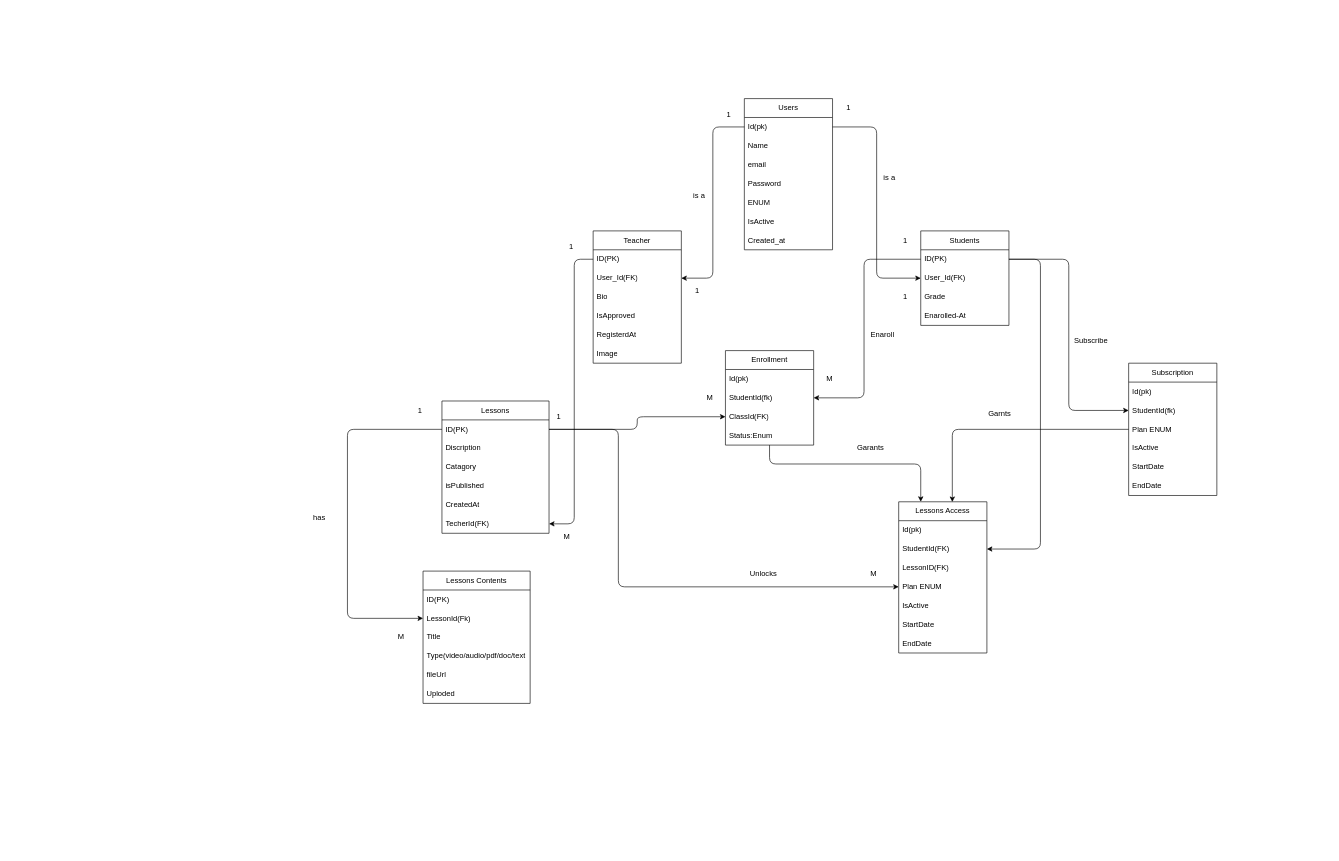
Before: lms.dio in Nalin-Sandaruwan/LMS, a draw.io diagram. Source tidied: cells renumbered, new cells numbered last; positions are measured from the earlier drawing's top-left corner, leaving out a move shared by most shapes. Both pictures are drawn from the tidied source at 63%, with x=0, y=0 at pixel (227, 11).
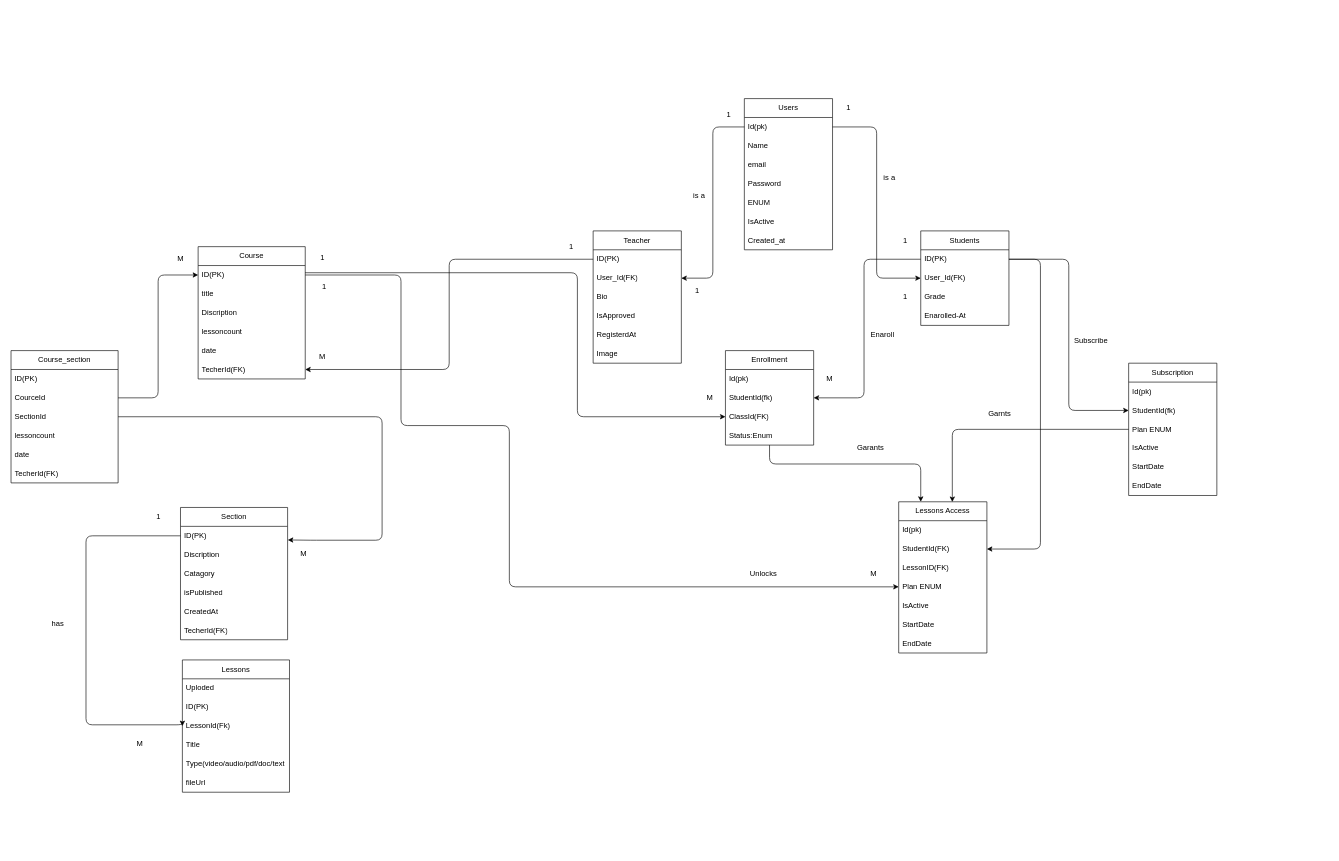
Above is the later version.

Unchanged cells that the change refers to:
```xml
<mxCell id="2" style="group;" parent="1" vertex="1">
  <mxGeometry width="1748" height="1333" as="geometry" />
</mxCell>
<mxCell id="12" value="ID(PK)" style="text;strokeColor=none;fillColor=none;align=left;verticalAlign=middle;spacingLeft=4;spacingRight=4;overflow=hidden;points=[[0,0.5],[1,0.5]];portConstraint=eastwest;whiteSpace=wrap;html=1;" parent="11" vertex="1">
  <mxGeometry y="30" width="140" height="30" as="geometry" />
</mxCell>
<mxCell id="24" value="ID(PK)" style="text;strokeColor=none;fillColor=none;align=left;verticalAlign=middle;spacingLeft=4;spacingRight=4;overflow=hidden;points=[[0,0.5],[1,0.5]];portConstraint=eastwest;whiteSpace=wrap;html=1;" parent="23" vertex="1">
  <mxGeometry y="30" width="170" height="30" as="geometry" />
</mxCell>
<mxCell id="29" value="TecherId(FK)" style="text;strokeColor=none;fillColor=none;align=left;verticalAlign=middle;spacingLeft=4;spacingRight=4;overflow=hidden;points=[[0,0.5],[1,0.5]];portConstraint=eastwest;whiteSpace=wrap;html=1;" parent="23" vertex="1">
  <mxGeometry y="180" width="170" height="30" as="geometry" />
</mxCell>
<mxCell id="53" value="ClassId(FK)" style="text;strokeColor=none;fillColor=none;align=left;verticalAlign=middle;spacingLeft=4;spacingRight=4;overflow=hidden;points=[[0,0.5],[1,0.5]];portConstraint=eastwest;whiteSpace=wrap;html=1;" parent="50" vertex="1">
  <mxGeometry y="90" width="140" height="30" as="geometry" />
</mxCell>
<mxCell id="73" value="Plan ENUM" style="text;strokeColor=none;fillColor=none;align=left;verticalAlign=middle;spacingLeft=4;spacingRight=4;overflow=hidden;points=[[0,0.5],[1,0.5]];portConstraint=eastwest;whiteSpace=wrap;html=1;" parent="69" vertex="1">
  <mxGeometry y="120" width="140" height="30" as="geometry" />
</mxCell>
```

The edit, as a diff of the source:
```diff
@@
-    <mxCell id="23" value="Lessons" style="swimlane;fontStyle=0;horizontal=1;startSize=30;whiteSpace=wrap;html=1;" parent="2" vertex="1">
-      <mxGeometry x="341" y="619" width="170" height="210" as="geometry" />
+    <mxCell id="23" value="Section" style="swimlane;fontStyle=0;horizontal=1;startSize=30;whiteSpace=wrap;html=1;" parent="2" vertex="1">
+      <mxGeometry x="-74" y="788" width="170" height="210" as="geometry" />
     </mxCell>
@@
-    <mxCell id="30" value="Lessons Contents" style="swimlane;fontStyle=0;horizontal=1;startSize=30;whiteSpace=wrap;html=1;" parent="2" vertex="1">
-      <mxGeometry x="311" y="889" width="170" height="210" as="geometry" />
+    <mxCell id="30" value="Lessons" style="swimlane;fontStyle=0;horizontal=1;startSize=30;whiteSpace=wrap;html=1;" parent="2" vertex="1">
+      <mxGeometry x="-71" y="1030" width="170" height="210" as="geometry" />
     </mxCell>
+    <mxCell id="36" value="Uploded" style="text;strokeColor=none;fillColor=none;align=left;verticalAlign=middle;spacingLeft=4;spacingRight=4;overflow=hidden;whiteSpace=wrap;html=1;" parent="30" vertex="1">
+      <mxGeometry y="30" width="170" height="30" as="geometry" />
+    </mxCell>
     <mxCell id="31" value="ID(PK)" style="text;strokeColor=none;fillColor=none;align=left;verticalAlign=middle;spacingLeft=4;spacingRight=4;overflow=hidden;whiteSpace=wrap;html=1;" parent="30" vertex="1">
-      <mxGeometry y="30" width="170" height="30" as="geometry" />
+      <mxGeometry y="60" width="170" height="30" as="geometry" />
     </mxCell>
     <mxCell id="32" value="LessonId(Fk)" style="text;strokeColor=none;fillColor=none;align=left;verticalAlign=middle;spacingLeft=4;spacingRight=4;overflow=hidden;points=[[0,0.5],[1,0.5]];portConstraint=eastwest;whiteSpace=wrap;html=1;" parent="30" vertex="1">
-      <mxGeometry y="60" width="170" height="30" as="geometry" />
+      <mxGeometry y="90" width="170" height="30" as="geometry" />
     </mxCell>
     <mxCell id="33" value="Title" style="text;strokeColor=none;fillColor=none;align=left;verticalAlign=middle;spacingLeft=4;spacingRight=4;overflow=hidden;whiteSpace=wrap;html=1;" parent="30" vertex="1">
-      <mxGeometry y="90" width="170" height="30" as="geometry" />
+      <mxGeometry y="120" width="170" height="30" as="geometry" />
     </mxCell>
     <mxCell id="34" value="Type(video/audio/pdf/doc/text" style="text;strokeColor=none;fillColor=none;align=left;verticalAlign=middle;spacingLeft=4;spacingRight=4;overflow=hidden;whiteSpace=wrap;html=1;" parent="30" vertex="1">
-      <mxGeometry y="120" width="170" height="30" as="geometry" />
+      <mxGeometry y="150" width="170" height="30" as="geometry" />
     </mxCell>
     <mxCell id="35" value="fileUrl" style="text;strokeColor=none;fillColor=none;align=left;verticalAlign=middle;spacingLeft=4;spacingRight=4;overflow=hidden;whiteSpace=wrap;html=1;" parent="30" vertex="1">
-      <mxGeometry y="150" width="170" height="30" as="geometry" />
+      <mxGeometry y="180" width="170" height="30" as="geometry" />
     </mxCell>
-    <mxCell id="36" value="Uploded" style="text;strokeColor=none;fillColor=none;align=left;verticalAlign=middle;spacingLeft=4;spacingRight=4;overflow=hidden;whiteSpace=wrap;html=1;" parent="30" vertex="1">
-      <mxGeometry y="180" width="170" height="30" as="geometry" />
-    </mxCell>
@@
-    <mxCell id="43" style="edgeStyle=orthogonalEdgeStyle;html=1;entryX=1;entryY=0.5;entryDx=0;entryDy=0;" parent="2" edge="1" source="12" target="29">
-      <mxGeometry relative="1" as="geometry">
-        <Array as="points">
-          <mxPoint x="551" y="394" />
-          <mxPoint x="551" y="814" />
-        </Array>
-      </mxGeometry>
-    </mxCell>
@@
-    <mxCell id="45" value="M" style="text;html=1;align=center;verticalAlign=middle;strokeColor=none;fillColor=none;" parent="2" vertex="1">
-      <mxGeometry x="524" y="819" width="30" height="30" as="geometry" />
-    </mxCell>
     <mxCell id="46" style="edgeStyle=orthogonalEdgeStyle;html=1;entryX=0;entryY=0.5;entryDx=0;entryDy=0;" parent="2" edge="1" source="24" target="32">
       <mxGeometry relative="1" as="geometry">
         <Array as="points">
-          <mxPoint x="191" y="664" />
-          <mxPoint x="191" y="964" />
+          <mxPoint x="-224" y="833" />
+          <mxPoint x="-224" y="1133" />
         </Array>
       </mxGeometry>
     </mxCell>
     <mxCell id="47" value="1" style="text;html=1;align=center;verticalAlign=middle;strokeColor=none;fillColor=none;" parent="2" vertex="1">
-      <mxGeometry x="291" y="619" width="30" height="30" as="geometry" />
+      <mxGeometry x="-124" y="788" width="30" height="30" as="geometry" />
     </mxCell>
     <mxCell id="48" value="M" style="text;html=1;align=center;verticalAlign=middle;strokeColor=none;fillColor=none;" parent="2" vertex="1">
-      <mxGeometry x="261" y="979" width="30" height="30" as="geometry" />
+      <mxGeometry x="-154" y="1148" width="30" height="30" as="geometry" />
     </mxCell>
@@
-    <mxCell id="55" style="edgeStyle=orthogonalEdgeStyle;html=1;entryX=0;entryY=0.5;entryDx=0;entryDy=0;" parent="2" edge="1" source="24" target="53">
-      <mxGeometry relative="1" as="geometry" />
+    <mxCell id="55" style="edgeStyle=orthogonalEdgeStyle;html=1;entryX=0;entryY=0.5;entryDx=0;entryDy=0;exitX=0.999;exitY=0.381;exitDx=0;exitDy=0;exitPerimeter=0;" parent="2" edge="1" source="90" target="53">
+      <mxGeometry relative="1" as="geometry">
+        <Array as="points">
+          <mxPoint x="556" y="415" />
+          <mxPoint x="556" y="644" />
+        </Array>
+      </mxGeometry>
     </mxCell>
     <mxCell id="56" value="1" style="text;html=1;align=center;verticalAlign=middle;strokeColor=none;fillColor=none;" parent="2" vertex="1">
-      <mxGeometry x="511" y="629" width="30" height="30" as="geometry" />
+      <mxGeometry x="136" y="377" width="30" height="30" as="geometry" />
     </mxCell>
@@
-    <mxCell id="77" style="edgeStyle=orthogonalEdgeStyle;html=1;entryX=0;entryY=0.5;entryDx=0;entryDy=0;" parent="2" edge="1" source="24" target="73">
+    <mxCell id="77" style="edgeStyle=orthogonalEdgeStyle;html=1;entryX=0;entryY=0.5;entryDx=0;entryDy=0;exitX=1;exitY=0.5;exitDx=0;exitDy=0;" parent="2" edge="1" source="90" target="73">
       <mxGeometry relative="1" as="geometry">
         <Array as="points">
-          <mxPoint x="621" y="664" />
-          <mxPoint x="621" y="914" />
+          <mxPoint x="276" y="419" />
+          <mxPoint x="276" y="658" />
+          <mxPoint x="448" y="658" />
+          <mxPoint x="448" y="914" />
         </Array>
       </mxGeometry>
     </mxCell>
@@
     <mxCell id="88" value="has" style="text;html=1;align=center;verticalAlign=middle;strokeColor=none;fillColor=none;" parent="2" vertex="1">
-      <mxGeometry x="126" y="789" width="40" height="30" as="geometry" />
+      <mxGeometry x="-289" y="958" width="40" height="30" as="geometry" />
     </mxCell>
+    <mxCell id="89" value="Course" style="swimlane;fontStyle=0;horizontal=1;startSize=30;whiteSpace=wrap;html=1;" parent="2" vertex="1">
+      <mxGeometry x="-46" y="374" width="170" height="210" as="geometry" />
+    </mxCell>
+    <mxCell id="90" value="ID(PK)" style="text;strokeColor=none;fillColor=none;align=left;verticalAlign=middle;spacingLeft=4;spacingRight=4;overflow=hidden;points=[[0,0.5],[1,0.5]];portConstraint=eastwest;whiteSpace=wrap;html=1;" parent="89" vertex="1">
+      <mxGeometry y="30" width="170" height="30" as="geometry" />
+    </mxCell>
+    <mxCell id="91" value="title" style="text;strokeColor=none;fillColor=none;align=left;verticalAlign=middle;spacingLeft=4;spacingRight=4;overflow=hidden;whiteSpace=wrap;html=1;" parent="89" vertex="1">
+      <mxGeometry y="60" width="170" height="30" as="geometry" />
+    </mxCell>
+    <mxCell id="92" value="Discription" style="text;strokeColor=none;fillColor=none;align=left;verticalAlign=middle;spacingLeft=4;spacingRight=4;overflow=hidden;whiteSpace=wrap;html=1;" parent="89" vertex="1">
+      <mxGeometry y="90" width="170" height="30" as="geometry" />
+    </mxCell>
+    <mxCell id="93" value="lessoncount" style="text;strokeColor=none;fillColor=none;align=left;verticalAlign=middle;spacingLeft=4;spacingRight=4;overflow=hidden;whiteSpace=wrap;html=1;" parent="89" vertex="1">
+      <mxGeometry y="120" width="170" height="30" as="geometry" />
+    </mxCell>
+    <mxCell id="94" value="date" style="text;strokeColor=none;fillColor=none;align=left;verticalAlign=middle;spacingLeft=4;spacingRight=4;overflow=hidden;whiteSpace=wrap;html=1;" parent="89" vertex="1">
+      <mxGeometry y="150" width="170" height="30" as="geometry" />
+    </mxCell>
+    <mxCell id="95" value="TecherId(FK)" style="text;strokeColor=none;fillColor=none;align=left;verticalAlign=middle;spacingLeft=4;spacingRight=4;overflow=hidden;points=[[0,0.5],[1,0.5]];portConstraint=eastwest;whiteSpace=wrap;html=1;" parent="89" vertex="1">
+      <mxGeometry y="180" width="170" height="30" as="geometry" />
+    </mxCell>
+    <mxCell id="96" style="edgeStyle=orthogonalEdgeStyle;html=1;entryX=1;entryY=0.5;entryDx=0;entryDy=0;" parent="2" edge="1" source="12" target="95">
+      <mxGeometry relative="1" as="geometry" />
+    </mxCell>
+    <mxCell id="97" value="M" style="text;html=1;align=center;verticalAlign=middle;strokeColor=none;fillColor=none;" parent="2" vertex="1">
+      <mxGeometry x="136" y="534" width="30" height="30" as="geometry" />
+    </mxCell>
+    <mxCell id="98" value="M" style="text;html=1;align=center;verticalAlign=middle;strokeColor=none;fillColor=none;" parent="2" vertex="1">
+      <mxGeometry x="106" y="847" width="30" height="30" as="geometry" />
+    </mxCell>
+    <mxCell id="99" value="1" style="text;html=1;align=center;verticalAlign=middle;strokeColor=none;fillColor=none;" parent="2" vertex="1">
+      <mxGeometry x="139" y="422" width="30" height="30" as="geometry" />
+    </mxCell>
+    <mxCell id="100" value="Course_section" style="swimlane;fontStyle=0;horizontal=1;startSize=30;whiteSpace=wrap;html=1;" parent="1" vertex="1">
+      <mxGeometry x="-343" y="539" width="170" height="210" as="geometry" />
+    </mxCell>
+    <mxCell id="101" value="ID(PK)" style="text;strokeColor=none;fillColor=none;align=left;verticalAlign=middle;spacingLeft=4;spacingRight=4;overflow=hidden;whiteSpace=wrap;html=1;" parent="100" vertex="1">
+      <mxGeometry y="30" width="170" height="30" as="geometry" />
+    </mxCell>
+    <mxCell id="102" value="CourceId" style="text;strokeColor=none;fillColor=none;align=left;verticalAlign=middle;spacingLeft=4;spacingRight=4;overflow=hidden;points=[[0,0.5],[1,0.5]];portConstraint=eastwest;whiteSpace=wrap;html=1;" parent="100" vertex="1">
+      <mxGeometry y="60" width="170" height="30" as="geometry" />
+    </mxCell>
+    <mxCell id="103" value="SectionId" style="text;strokeColor=none;fillColor=none;align=left;verticalAlign=middle;spacingLeft=4;spacingRight=4;overflow=hidden;points=[[0,0.5],[1,0.5]];portConstraint=eastwest;whiteSpace=wrap;html=1;" parent="100" vertex="1">
+      <mxGeometry y="90" width="170" height="30" as="geometry" />
+    </mxCell>
+    <mxCell id="104" value="lessoncount" style="text;strokeColor=none;fillColor=none;align=left;verticalAlign=middle;spacingLeft=4;spacingRight=4;overflow=hidden;whiteSpace=wrap;html=1;" parent="100" vertex="1">
+      <mxGeometry y="120" width="170" height="30" as="geometry" />
+    </mxCell>
+    <mxCell id="105" value="date" style="text;strokeColor=none;fillColor=none;align=left;verticalAlign=middle;spacingLeft=4;spacingRight=4;overflow=hidden;whiteSpace=wrap;html=1;" parent="100" vertex="1">
+      <mxGeometry y="150" width="170" height="30" as="geometry" />
+    </mxCell>
+    <mxCell id="106" value="TecherId(FK)" style="text;strokeColor=none;fillColor=none;align=left;verticalAlign=middle;spacingLeft=4;spacingRight=4;overflow=hidden;whiteSpace=wrap;html=1;" parent="100" vertex="1">
+      <mxGeometry y="180" width="170" height="30" as="geometry" />
+    </mxCell>
+    <mxCell id="107" style="edgeStyle=orthogonalEdgeStyle;html=1;entryX=1.002;entryY=0.719;entryDx=0;entryDy=0;entryPerimeter=0;" parent="1" edge="1" source="103" target="24">
+      <mxGeometry relative="1" as="geometry">
+        <Array as="points">
+          <mxPoint x="246" y="644" />
+          <mxPoint x="246" y="840" />
+          <mxPoint x="132" y="840" />
+        </Array>
+      </mxGeometry>
+    </mxCell>
+    <mxCell id="108" style="edgeStyle=orthogonalEdgeStyle;html=1;entryX=0;entryY=0.5;entryDx=0;entryDy=0;" parent="1" edge="1" source="102" target="90">
+      <mxGeometry relative="1" as="geometry" />
+    </mxCell>
+    <mxCell id="109" value="M" style="text;html=1;align=center;verticalAlign=middle;strokeColor=none;fillColor=none;" parent="1" vertex="1">
+      <mxGeometry x="-89" y="379" width="30" height="30" as="geometry" />
+    </mxCell>
```
